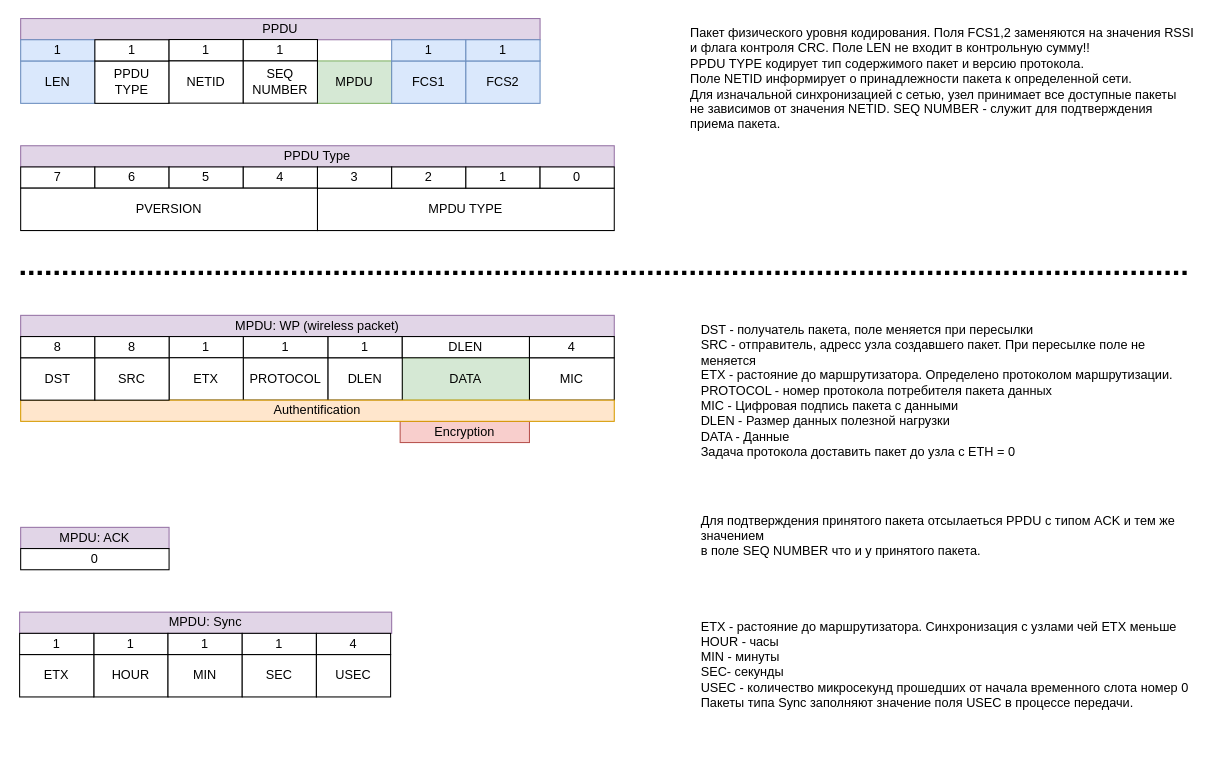
This is page "Frame struct" (1 of 5) of documentation/protocol/network frames.drawio from saurex83/WMNU, a draw.io file, before an edit. Source tidied: cells renumbered, new cells numbered last; positions are measured from the earlier drawing's top-left corner, leaving out a move shared by most shapes. Both pictures are drawn from the tidied source at 106%, with x=0, y=0 at pixel (19, 18).
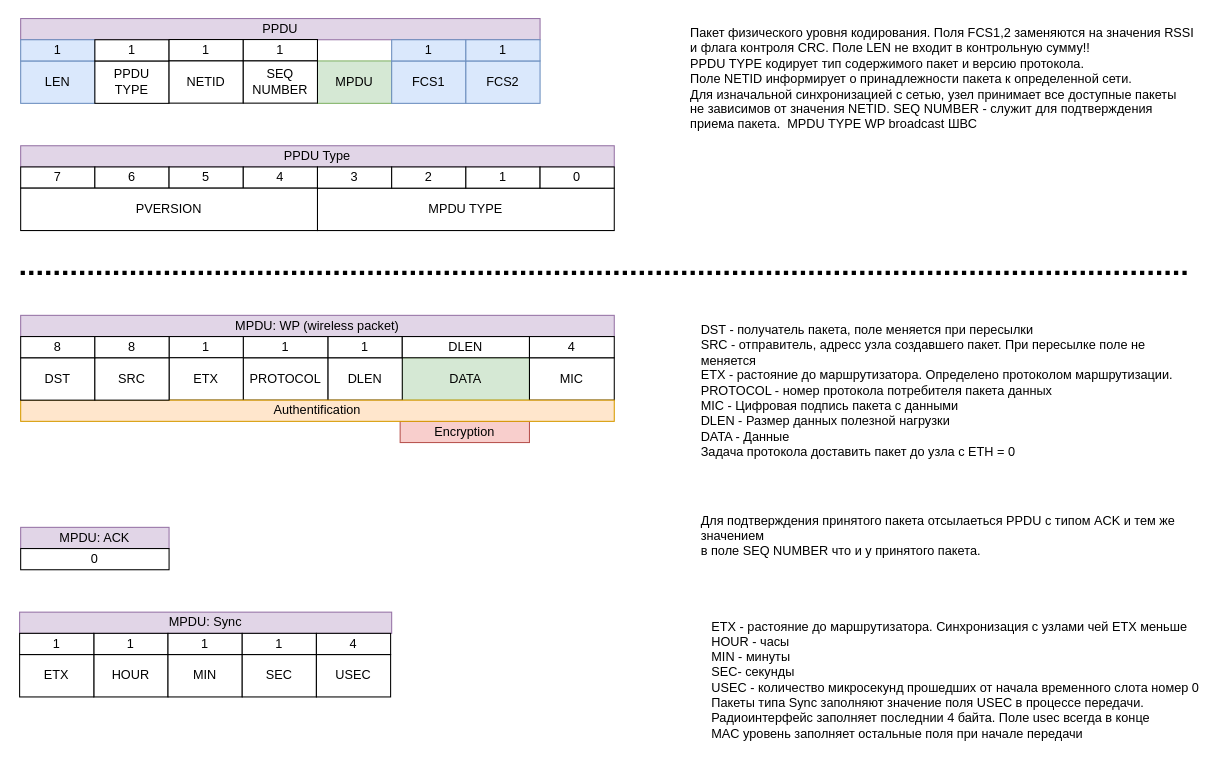
Above is the later version.

Diff of the diagram source:
```diff
@@
-    <mxCell id="36" value="ETX - растояние до маршрутизатора. Синхронизация с узлами чей ETX меньше&lt;br&gt;HOUR - часы&lt;br&gt;MIN - минуты&lt;br&gt;SEC- секунды&lt;br&gt;USEC - количество микросекунд прошедших от начала временного слота номер 0&lt;br&gt;Пакеты типа Sync заполняют значение поля USEC в процессе передачи." style="text;html=1;strokeColor=none;fillColor=none;align=left;verticalAlign=top;whiteSpace=wrap;rounded=0;" parent="1" vertex="1">
-      <mxGeometry x="641" y="560" width="470" height="120" as="geometry" />
+    <mxCell id="36" value="ETX - растояние до маршрутизатора. Синхронизация с узлами чей ETX меньше&lt;br&gt;HOUR - часы&lt;br&gt;MIN - минуты&lt;br&gt;SEC- секунды&lt;br&gt;USEC - количество микросекунд прошедших от начала временного слота номер 0&lt;br&gt;Пакеты типа Sync заполняют значение поля USEC в процессе передачи.&amp;nbsp;&lt;br&gt;Радиоинтерфейс заполняет последнии 4 байта. Поле usec всегда в конце&lt;br&gt;MAC уровень заполняет остальные поля при начале передачи" style="text;html=1;strokeColor=none;fillColor=none;align=left;verticalAlign=top;whiteSpace=wrap;rounded=0;" parent="1" vertex="1">
+      <mxGeometry x="651" y="560" width="470" height="120" as="geometry" />
     </mxCell>
@@
-    <mxCell id="61" value="&lt;span style=&quot;white-space: nowrap&quot;&gt;Пакет физического уровня кодирования. Поля FCS1,2 заменяются на значения RSSI&lt;br&gt;и флага контроля CRC.&amp;nbsp;&lt;/span&gt;&lt;span style=&quot;white-space: nowrap&quot;&gt;Поле LEN не входит в контрольную сумму!! &lt;br&gt;PPDU TYPE кодирует тип содержимого пакет и версию протокола.&lt;/span&gt;&lt;br style=&quot;white-space: nowrap&quot;&gt;&lt;span style=&quot;white-space: nowrap&quot;&gt;Поле NETID информирует о принадлежности пакета к определенной сети. &lt;br&gt;Для изначальной синхронизацией с&amp;nbsp;&lt;/span&gt;&lt;span style=&quot;white-space: nowrap&quot;&gt;сетью, узел принимает все доступные пакеты &lt;br&gt;не зависимов от значения NETID. SEQ NUMBER - служит для&amp;nbsp;&lt;/span&gt;&lt;span style=&quot;white-space: nowrap&quot;&gt;подтверждения &lt;br&gt;приема пакета.&amp;nbsp;&amp;nbsp;&lt;/span&gt;" style="text;html=1;strokeColor=none;fillColor=none;align=left;verticalAlign=top;rounded=0;whiteSpace=wrap;" parent="1" vertex="1">
+    <mxCell id="61" value="&lt;span style=&quot;white-space: nowrap&quot;&gt;Пакет физического уровня кодирования. Поля FCS1,2 заменяются на значения RSSI&lt;br&gt;и флага контроля CRC.&amp;nbsp;&lt;/span&gt;&lt;span style=&quot;white-space: nowrap&quot;&gt;Поле LEN не входит в контрольную сумму!! &lt;br&gt;PPDU TYPE кодирует тип содержимого пакет и версию протокола.&lt;/span&gt;&lt;br style=&quot;white-space: nowrap&quot;&gt;&lt;span style=&quot;white-space: nowrap&quot;&gt;Поле NETID информирует о принадлежности пакета к определенной сети. &lt;br&gt;Для изначальной синхронизацией с&amp;nbsp;&lt;/span&gt;&lt;span style=&quot;white-space: nowrap&quot;&gt;сетью, узел принимает все доступные пакеты &lt;br&gt;не зависимов от значения NETID. SEQ NUMBER - служит для&amp;nbsp;&lt;/span&gt;&lt;span style=&quot;white-space: nowrap&quot;&gt;подтверждения &lt;br&gt;приема пакета.&amp;nbsp; MPDU TYPE WP broadcast ШВС&lt;/span&gt;" style="text;html=1;strokeColor=none;fillColor=none;align=left;verticalAlign=top;rounded=0;whiteSpace=wrap;" parent="1" vertex="1">
       <mxGeometry x="631" width="480" height="140" as="geometry" />
     </mxCell>
```
